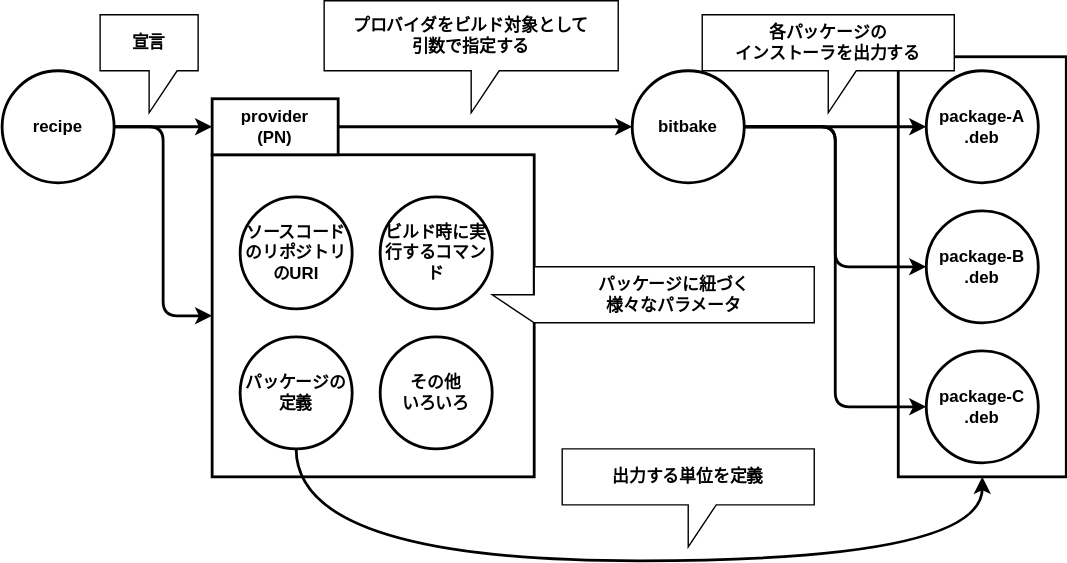
Before: manual/docs/images/recipe-package-bitbake.drawio.svg, a diagram exported from draw.io (AngryMane/yocto-learning). Source tidied: cells renumbered, new cells last; positions are measured from the earlier drawing's top-left corner, leaving out a move shared by most shapes. The source it was exported from:
```xml
<mxGraphModel>
  <root>
    <mxCell id="0" />
    <mxCell id="1" parent="0" />
    <mxCell id="2" style="rounded=0;whiteSpace=wrap;html=1;strokeWidth=2;" parent="1" vertex="1">
      <mxGeometry x="640" y="40" width="120" height="300" as="geometry" />
    </mxCell>
    <mxCell id="3" style="rounded=0;whiteSpace=wrap;html=1;strokeWidth=2;" parent="1" vertex="1">
      <mxGeometry x="150" y="110" width="230" height="230" as="geometry" />
    </mxCell>
    <mxCell id="4" style="edgeStyle=orthogonalEdgeStyle;html=1;exitX=1;exitY=0.5;exitDx=0;exitDy=0;strokeWidth=2;" parent="1" edge="1" source="15" target="11">
      <mxGeometry relative="1" as="geometry" />
    </mxCell>
    <mxCell id="5" value="ソースコードのリポジトリのURI" style="ellipse;whiteSpace=wrap;html=1;fontStyle=1;strokeWidth=2;" parent="1" vertex="1">
      <mxGeometry x="170" y="140" width="80" height="80" as="geometry" />
    </mxCell>
    <mxCell id="6" value="ビルド時に実行するコマンド" style="ellipse;whiteSpace=wrap;html=1;fontStyle=1;strokeWidth=2;" parent="1" vertex="1">
      <mxGeometry x="270" y="140" width="80" height="80" as="geometry" />
    </mxCell>
    <mxCell id="7" value="パッケージに紐づく&lt;br&gt;様々なパラメータ" style="shape=callout;whiteSpace=wrap;html=1;perimeter=calloutPerimeter;fontStyle=1;fontSize=12;direction=south;" parent="1" vertex="1">
      <mxGeometry x="350" y="190" width="230" height="40" as="geometry" />
    </mxCell>
    <mxCell id="8" style="edgeStyle=orthogonalEdgeStyle;html=1;exitX=1;exitY=0.5;exitDx=0;exitDy=0;entryX=0;entryY=0.5;entryDx=0;entryDy=0;strokeWidth=2;" parent="1" edge="1" source="11" target="21">
      <mxGeometry relative="1" as="geometry" />
    </mxCell>
    <mxCell id="9" style="edgeStyle=orthogonalEdgeStyle;html=1;exitX=1;exitY=0.5;exitDx=0;exitDy=0;entryX=0;entryY=0.5;entryDx=0;entryDy=0;strokeWidth=2;" parent="1" edge="1" source="11" target="22">
      <mxGeometry relative="1" as="geometry" />
    </mxCell>
    <mxCell id="10" style="edgeStyle=orthogonalEdgeStyle;html=1;exitX=1;exitY=0.5;exitDx=0;exitDy=0;entryX=0;entryY=0.5;entryDx=0;entryDy=0;strokeWidth=2;" parent="1" edge="1" source="11" target="23">
      <mxGeometry relative="1" as="geometry" />
    </mxCell>
    <mxCell id="11" value="bitbake" style="ellipse;whiteSpace=wrap;html=1;fontStyle=1;strokeWidth=2;" parent="1" vertex="1">
      <mxGeometry x="450" y="50" width="80" height="80" as="geometry" />
    </mxCell>
    <mxCell id="12" value="プロバイダをビルド対象として&lt;br&gt;引数で指定する" style="shape=callout;whiteSpace=wrap;html=1;perimeter=calloutPerimeter;fontStyle=1;fontSize=12;" parent="1" vertex="1">
      <mxGeometry x="230" width="210" height="80" as="geometry" />
    </mxCell>
    <mxCell id="13" style="edgeStyle=orthogonalEdgeStyle;html=1;exitX=0.5;exitY=1;exitDx=0;exitDy=0;entryX=0.5;entryY=1;entryDx=0;entryDy=0;curved=1;strokeWidth=2;" parent="1" edge="1" source="14" target="2">
      <mxGeometry relative="1" as="geometry">
        <Array as="points">
          <mxPoint x="210" y="400" />
          <mxPoint x="700" y="400" />
        </Array>
      </mxGeometry>
    </mxCell>
    <mxCell id="14" value="パッケージの定義" style="ellipse;whiteSpace=wrap;html=1;fontStyle=1;strokeWidth=2;" parent="1" vertex="1">
      <mxGeometry x="170" y="240" width="80" height="80" as="geometry" />
    </mxCell>
    <mxCell id="15" value="provider&lt;br&gt;(PN)" style="rounded=0;whiteSpace=wrap;html=1;fontStyle=1;strokeWidth=2;" parent="1" vertex="1">
      <mxGeometry x="150" y="70" width="90" height="40" as="geometry" />
    </mxCell>
    <mxCell id="16" style="edgeStyle=orthogonalEdgeStyle;html=1;exitX=1;exitY=0.5;exitDx=0;exitDy=0;strokeWidth=2;entryX=0;entryY=0.5;entryDx=0;entryDy=0;" parent="1" edge="1" source="18" target="3">
      <mxGeometry relative="1" as="geometry" />
    </mxCell>
    <mxCell id="17" style="edgeStyle=orthogonalEdgeStyle;html=1;exitX=1;exitY=0.5;exitDx=0;exitDy=0;strokeWidth=2;" parent="1" edge="1" source="18" target="15">
      <mxGeometry relative="1" as="geometry" />
    </mxCell>
    <mxCell id="18" value="recipe" style="ellipse;whiteSpace=wrap;html=1;fontStyle=1;strokeWidth=2;" parent="1" vertex="1">
      <mxGeometry y="50" width="80" height="80" as="geometry" />
    </mxCell>
    <mxCell id="19" value="宣言" style="shape=callout;whiteSpace=wrap;html=1;perimeter=calloutPerimeter;fontStyle=1;fontSize=12;" parent="1" vertex="1">
      <mxGeometry x="70" y="10" width="70" height="70" as="geometry" />
    </mxCell>
    <mxCell id="20" value="その他&lt;br&gt;いろいろ" style="ellipse;whiteSpace=wrap;html=1;fontStyle=1;strokeWidth=2;" parent="1" vertex="1">
      <mxGeometry x="270" y="240" width="80" height="80" as="geometry" />
    </mxCell>
    <mxCell id="21" value="package-A&lt;br&gt;.deb" style="ellipse;whiteSpace=wrap;html=1;fontStyle=1;strokeWidth=2;" parent="1" vertex="1">
      <mxGeometry x="660" y="50" width="80" height="80" as="geometry" />
    </mxCell>
    <mxCell id="22" value="package-B&lt;br&gt;.deb" style="ellipse;whiteSpace=wrap;html=1;fontStyle=1;strokeWidth=2;" parent="1" vertex="1">
      <mxGeometry x="660" y="150" width="80" height="80" as="geometry" />
    </mxCell>
    <mxCell id="23" value="package-C&lt;br&gt;.deb" style="ellipse;whiteSpace=wrap;html=1;fontStyle=1;strokeWidth=2;" parent="1" vertex="1">
      <mxGeometry x="660" y="250" width="80" height="80" as="geometry" />
    </mxCell>
    <mxCell id="24" value="各パッケージの&lt;br&gt;インストーラを出力する" style="shape=callout;whiteSpace=wrap;html=1;perimeter=calloutPerimeter;fontStyle=1;fontSize=12;" parent="1" vertex="1">
      <mxGeometry x="500" y="10" width="180" height="70" as="geometry" />
    </mxCell>
    <mxCell id="25" value="出力する単位を定義" style="shape=callout;whiteSpace=wrap;html=1;perimeter=calloutPerimeter;fontStyle=1;fontSize=12;" parent="1" vertex="1">
      <mxGeometry x="400" y="320" width="180" height="70" as="geometry" />
    </mxCell>
  </root>
</mxGraphModel>
```
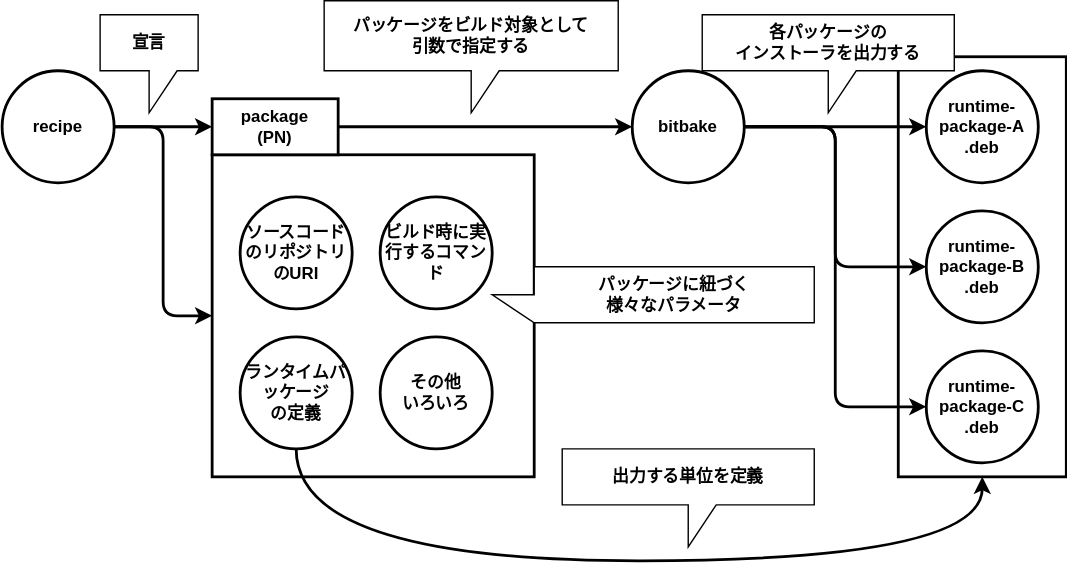
After the commit.

What changed in the source:
```diff
@@ -32,7 +32,7 @@
     <mxCell id="11" value="bitbake" style="ellipse;whiteSpace=wrap;html=1;fontStyle=1;strokeWidth=2;" parent="1" vertex="1">
       <mxGeometry x="450" y="50" width="80" height="80" as="geometry" />
     </mxCell>
-    <mxCell id="12" value="プロバイダをビルド対象として&lt;br&gt;引数で指定する" style="shape=callout;whiteSpace=wrap;html=1;perimeter=calloutPerimeter;fontStyle=1;fontSize=12;" parent="1" vertex="1">
+    <mxCell id="12" value="パッケージをビルド対象として&lt;br&gt;引数で指定する" style="shape=callout;whiteSpace=wrap;html=1;perimeter=calloutPerimeter;fontStyle=1;fontSize=12;" parent="1" vertex="1">
       <mxGeometry x="230" width="210" height="80" as="geometry" />
     </mxCell>
     <mxCell id="13" style="edgeStyle=orthogonalEdgeStyle;html=1;exitX=0.5;exitY=1;exitDx=0;exitDy=0;entryX=0.5;entryY=1;entryDx=0;entryDy=0;curved=1;strokeWidth=2;" parent="1" edge="1" source="14" target="2">
@@ -43,10 +43,10 @@
         </Array>
       </mxGeometry>
     </mxCell>
-    <mxCell id="14" value="パッケージの定義" style="ellipse;whiteSpace=wrap;html=1;fontStyle=1;strokeWidth=2;" parent="1" vertex="1">
+    <mxCell id="14" value="ランタイムパッケージ&lt;br&gt;の定義" style="ellipse;whiteSpace=wrap;html=1;fontStyle=1;strokeWidth=2;" parent="1" vertex="1">
       <mxGeometry x="170" y="240" width="80" height="80" as="geometry" />
     </mxCell>
-    <mxCell id="15" value="provider&lt;br&gt;(PN)" style="rounded=0;whiteSpace=wrap;html=1;fontStyle=1;strokeWidth=2;" parent="1" vertex="1">
+    <mxCell id="15" value="package&lt;br&gt;(PN)" style="rounded=0;whiteSpace=wrap;html=1;fontStyle=1;strokeWidth=2;" parent="1" vertex="1">
       <mxGeometry x="150" y="70" width="90" height="40" as="geometry" />
     </mxCell>
     <mxCell id="16" style="edgeStyle=orthogonalEdgeStyle;html=1;exitX=1;exitY=0.5;exitDx=0;exitDy=0;strokeWidth=2;entryX=0;entryY=0.5;entryDx=0;entryDy=0;" parent="1" edge="1" source="18" target="3">
@@ -64,13 +64,13 @@
     <mxCell id="20" value="その他&lt;br&gt;いろいろ" style="ellipse;whiteSpace=wrap;html=1;fontStyle=1;strokeWidth=2;" parent="1" vertex="1">
       <mxGeometry x="270" y="240" width="80" height="80" as="geometry" />
     </mxCell>
-    <mxCell id="21" value="package-A&lt;br&gt;.deb" style="ellipse;whiteSpace=wrap;html=1;fontStyle=1;strokeWidth=2;" parent="1" vertex="1">
+    <mxCell id="21" value="runtime-&lt;br&gt;package-A&lt;br&gt;.deb" style="ellipse;whiteSpace=wrap;html=1;fontStyle=1;strokeWidth=2;" parent="1" vertex="1">
       <mxGeometry x="660" y="50" width="80" height="80" as="geometry" />
     </mxCell>
-    <mxCell id="22" value="package-B&lt;br&gt;.deb" style="ellipse;whiteSpace=wrap;html=1;fontStyle=1;strokeWidth=2;" parent="1" vertex="1">
+    <mxCell id="22" value="runtime-&lt;br&gt;package-B&lt;br&gt;.deb" style="ellipse;whiteSpace=wrap;html=1;fontStyle=1;strokeWidth=2;" parent="1" vertex="1">
       <mxGeometry x="660" y="150" width="80" height="80" as="geometry" />
     </mxCell>
-    <mxCell id="23" value="package-C&lt;br&gt;.deb" style="ellipse;whiteSpace=wrap;html=1;fontStyle=1;strokeWidth=2;" parent="1" vertex="1">
+    <mxCell id="23" value="runtime-&lt;br&gt;package-C&lt;br&gt;.deb" style="ellipse;whiteSpace=wrap;html=1;fontStyle=1;strokeWidth=2;" parent="1" vertex="1">
       <mxGeometry x="660" y="250" width="80" height="80" as="geometry" />
     </mxCell>
     <mxCell id="24" value="各パッケージの&lt;br&gt;インストーラを出力する" style="shape=callout;whiteSpace=wrap;html=1;perimeter=calloutPerimeter;fontStyle=1;fontSize=12;" parent="1" vertex="1">
```
